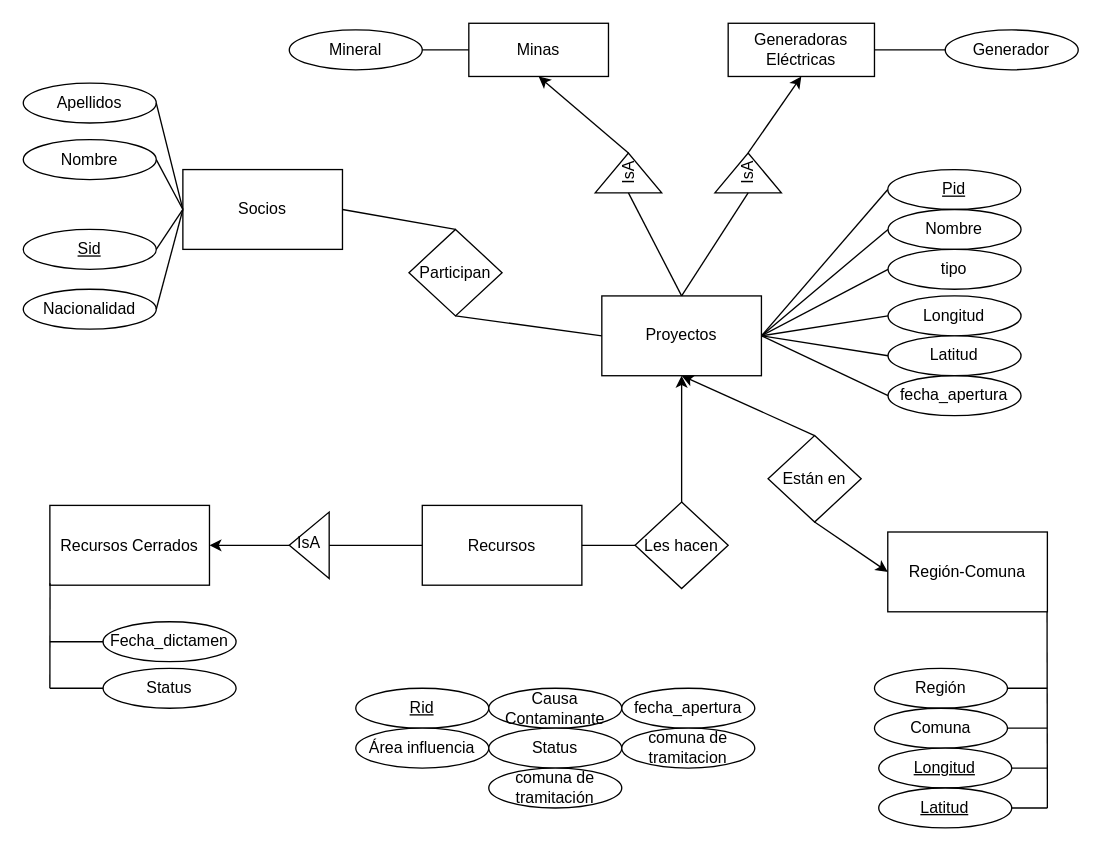
This is Esquema E-R/Proyecto_BBDD.drawio from fpaez7/data, a draw.io file, before an edit. Source tidied: cells renumbered, new cells numbered last; positions are measured from the earlier drawing's top-left corner, leaving out a move shared by most shapes. Both pictures are drawn from the tidied source at 133%, with x=0, y=0 at pixel (23, 23).
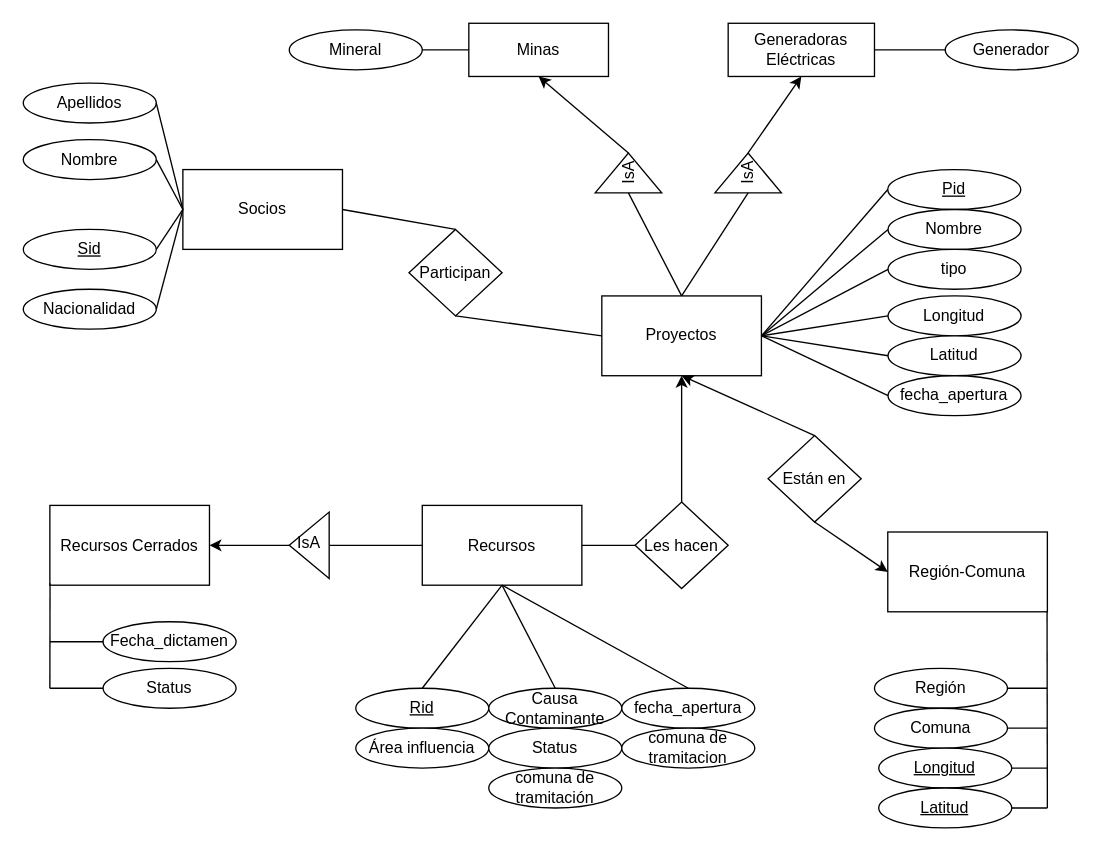
The same diagram, later.

Unchanged cells that the change refers to:
```xml
<mxCell id="22" value="Recursos" style="rounded=0;whiteSpace=wrap;html=1;" parent="1" vertex="1">
  <mxGeometry x="300" y="362.5" width="120" height="60" as="geometry" />
</mxCell>
<mxCell id="26" value="&lt;u&gt;Rid&lt;/u&gt;" style="ellipse;whiteSpace=wrap;html=1;" parent="1" vertex="1">
  <mxGeometry x="250" y="500" width="100" height="30" as="geometry" />
</mxCell>
<mxCell id="27" value="Causa Contaminante" style="ellipse;whiteSpace=wrap;html=1;" parent="1" vertex="1">
  <mxGeometry x="350" y="500" width="100" height="30" as="geometry" />
</mxCell>
<mxCell id="30" value="fecha_apertura" style="ellipse;whiteSpace=wrap;html=1;" parent="1" vertex="1">
  <mxGeometry x="450" y="500" width="100" height="30" as="geometry" />
</mxCell>
```

What changed in the source:
```diff
@@
+    <mxCell id="73" style="endArrow=none;html=1;entryX=0.5;entryY=1;entryDx=0;entryDy=0;exitX=0.5;exitY=0;exitDx=0;exitDy=0;" parent="1" edge="1" source="26" target="22">
+      <mxGeometry relative="1" as="geometry" />
+    </mxCell>
+    <mxCell id="74" style="endArrow=none;html=1;entryX=0.5;entryY=1;entryDx=0;entryDy=0;exitX=0.5;exitY=0;exitDx=0;exitDy=0;" parent="1" edge="1" source="27" target="22">
+      <mxGeometry relative="1" as="geometry" />
+    </mxCell>
+    <mxCell id="75" style="endArrow=none;html=1;entryX=0.5;entryY=1;entryDx=0;entryDy=0;exitX=0.5;exitY=0;exitDx=0;exitDy=0;" parent="1" edge="1" source="30" target="22">
+      <mxGeometry relative="1" as="geometry" />
+    </mxCell>
```
